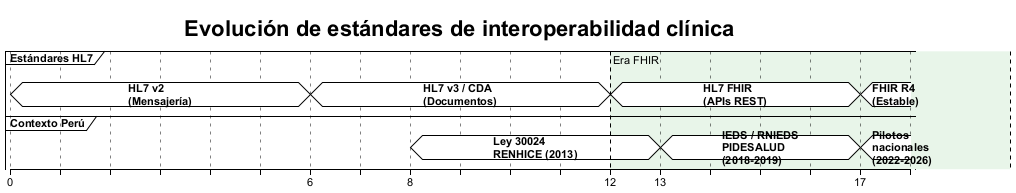
This is media/diagrama-evolucion-estandares.png from genomike/seminario_de_investigacion, a PlantUML export, as it was before one commit. Its diagram source:
```plantuml
@startuml diagrama-evolucion-estandares
!theme plain
skinparam backgroundColor white
skinparam defaultFontName Arial
skinparam defaultFontSize 11
skinparam shadowing false

title <b>Evolución de estándares de interoperabilidad clínica</b>

concise "Estándares HL7" as HL7
concise "Contexto Perú" as PERU

@0
HL7 is "HL7 v2\n(Mensajería)"

@6
HL7 is "HL7 v3 / CDA\n(Documentos)"

@12
HL7 is "HL7 FHIR\n(APIs REST)"

@17
HL7 is "FHIR R4\n(Estable)"

@0
PERU is {hidden}

@8
PERU is "Ley 30024\nRENHICE (2013)"

@13
PERU is "IEDS / RNIEDS\nPIDESALUD\n(2018-2019)"

@17
PERU is "Pilotos\nnacionales\n(2022-2026)"

highlight 12 to 20 #E8F5E9 : Era FHIR

@enduml
```
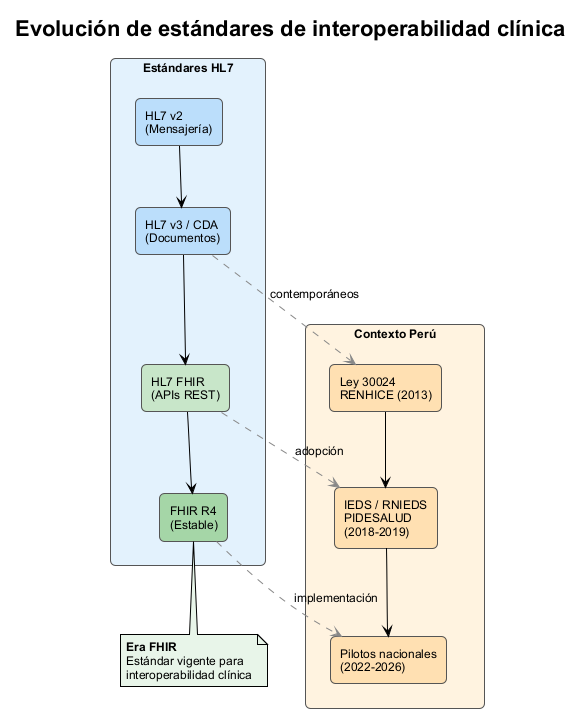
After the change.

Diff of the diagram source:
```diff
@@ -2,38 +2,44 @@
 !theme plain
 skinparam backgroundColor white
 skinparam defaultFontName Arial
-skinparam defaultFontSize 11
+skinparam defaultFontSize 12
 skinparam shadowing false
+skinparam rectangle {
+    RoundCorner 10
+    BorderColor #555555
+}
+top to bottom direction
 
 title <b>Evolución de estándares de interoperabilidad clínica</b>
 
-concise "Estándares HL7" as HL7
-concise "Contexto Perú" as PERU
+rectangle "<b>Estándares HL7</b>" as COL_HL7 #E3F2FD {
+    rectangle "HL7 v2\n(Mensajería)" as HL7v2 #BBDEFB
+    rectangle "HL7 v3 / CDA\n(Documentos)" as HL7v3 #BBDEFB
+    rectangle "HL7 FHIR\n(APIs REST)" as FHIR #C8E6C9
+    rectangle "FHIR R4\n(Estable)" as FHIR4 #A5D6A7
+    HL7v2 -down-> HL7v3
+    HL7v3 -down-> FHIR
+    FHIR -down-> FHIR4
+}
 
-@0
-HL7 is "HL7 v2\n(Mensajería)"
+rectangle "<b>Contexto Perú</b>" as COL_PERU #FFF3E0 {
+    rectangle "Ley 30024\nRENHICE (2013)" as P1 #FFE0B2
+    rectangle "IEDS / RNIEDS\nPIDESALUD\n(2018-2019)" as P2 #FFE0B2
+    rectangle "Pilotos nacionales\n(2022-2026)" as P3 #FFE0B2
+    P1 -down-> P2
+    P2 -down-> P3
+}
 
-@6
-HL7 is "HL7 v3 / CDA\n(Documentos)"
+COL_HL7 -[hidden]right- COL_PERU
 
-@12
-HL7 is "HL7 FHIR\n(APIs REST)"
+HL7v3 .[#888888].> P1 : " contemporáneos"
+FHIR .[#888888].> P2 : " adopción"
+FHIR4 .[#888888].> P3 : " implementación"
 
-@17
-HL7 is "FHIR R4\n(Estable)"
-
-@0
-PERU is {hidden}
-
-@8
-PERU is "Ley 30024\nRENHICE (2013)"
-
-@13
-PERU is "IEDS / RNIEDS\nPIDESALUD\n(2018-2019)"
-
-@17
-PERU is "Pilotos\nnacionales\n(2022-2026)"
-
-highlight 12 to 20 #E8F5E9 : Era FHIR
+note bottom of FHIR4 #E8F5E9
+  <b>Era FHIR</b>
+  Estándar vigente para
+  interoperabilidad clínica
+end note
 
 @enduml
```
